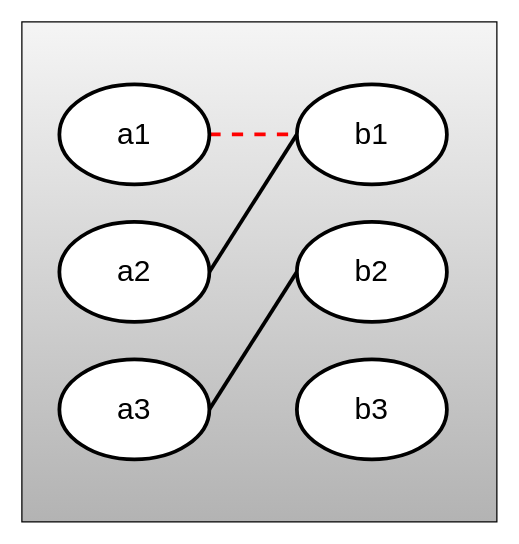
Before: doc/one-to-one.drawio in devel0/skeleton-netcore-ef-code-first, a draw.io diagram. Source tidied: cells renumbered, new cells numbered last; positions are measured from the earlier drawing's top-left corner, leaving out a move shared by most shapes. Both pictures are drawn from the tidied source at 125%, with x=0, y=0 at pixel (21, 21).
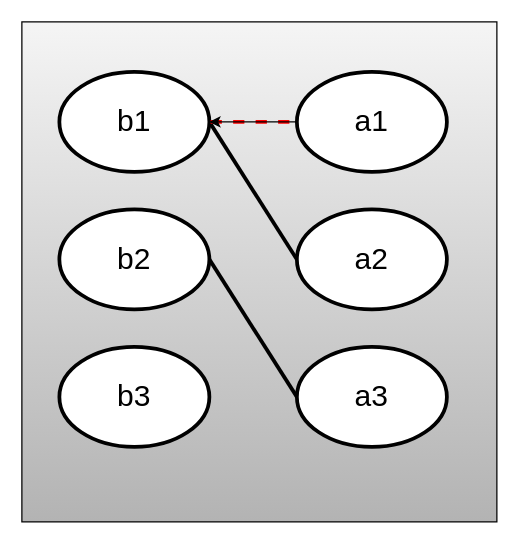
After the change.

Diff of the diagram source:
```diff
@@
 <mxGraphModel>
   <root>
     <mxCell id="0" />
     <mxCell id="1" parent="0" />
     <mxCell id="2" style="rounded=0;whiteSpace=wrap;html=1;fillColor=#f5f5f5;gradientColor=#b3b3b3;strokeColor=#000000;" parent="1" vertex="1">
       <mxGeometry width="380" height="400" as="geometry" />
     </mxCell>
-    <mxCell id="3" style="edgeStyle=none;html=1;exitX=1;exitY=0.5;exitDx=0;exitDy=0;entryX=0;entryY=0.5;entryDx=0;entryDy=0;strokeColor=#000000;fontSize=24;strokeWidth=3;endArrow=none;endFill=0;" parent="1" edge="1" source="4" target="7">
+    <mxCell id="3" style="edgeStyle=none;html=1;exitX=0;exitY=0.5;exitDx=0;exitDy=0;entryX=1;entryY=0.5;entryDx=0;entryDy=0;strokeColor=#000000;fontSize=24;strokeWidth=3;endArrow=none;endFill=0;" parent="1" edge="1" source="4" target="7">
       <mxGeometry relative="1" as="geometry" />
     </mxCell>
     <mxCell id="4" value="a2" style="ellipse;whiteSpace=wrap;html=1;strokeColor=#000000;fontSize=24;strokeWidth=3;" parent="1" vertex="1">
-      <mxGeometry x="30" y="160" width="120" height="80" as="geometry" />
+      <mxGeometry x="220" y="150" width="120" height="80" as="geometry" />
     </mxCell>
-    <mxCell id="5" style="edgeStyle=none;html=1;exitX=1;exitY=0.5;exitDx=0;exitDy=0;entryX=0;entryY=0.5;entryDx=0;entryDy=0;strokeColor=#000000;fontSize=24;strokeWidth=3;endArrow=none;endFill=0;" parent="1" edge="1" source="6" target="8">
+    <mxCell id="5" style="edgeStyle=none;html=1;exitX=0;exitY=0.5;exitDx=0;exitDy=0;entryX=1;entryY=0.5;entryDx=0;entryDy=0;strokeColor=#000000;fontSize=24;strokeWidth=3;endArrow=none;endFill=0;" parent="1" edge="1" source="6" target="8">
       <mxGeometry relative="1" as="geometry" />
     </mxCell>
     <mxCell id="6" value="a3" style="ellipse;whiteSpace=wrap;html=1;strokeColor=#000000;fontSize=24;strokeWidth=3;" parent="1" vertex="1">
-      <mxGeometry x="30" y="270" width="120" height="80" as="geometry" />
+      <mxGeometry x="220" y="260" width="120" height="80" as="geometry" />
     </mxCell>
     <mxCell id="7" value="b1" style="ellipse;whiteSpace=wrap;html=1;strokeColor=#000000;fontSize=24;strokeWidth=3;" parent="1" vertex="1">
-      <mxGeometry x="220" y="50" width="120" height="80" as="geometry" />
+      <mxGeometry x="30" y="40" width="120" height="80" as="geometry" />
     </mxCell>
     <mxCell id="8" value="b2" style="ellipse;whiteSpace=wrap;html=1;strokeColor=#000000;fontSize=24;strokeWidth=3;" parent="1" vertex="1">
-      <mxGeometry x="220" y="160" width="120" height="80" as="geometry" />
+      <mxGeometry x="30" y="150" width="120" height="80" as="geometry" />
     </mxCell>
     <mxCell id="9" value="b3" style="ellipse;whiteSpace=wrap;html=1;strokeColor=#000000;fontSize=24;strokeWidth=3;" parent="1" vertex="1">
-      <mxGeometry x="220" y="270" width="120" height="80" as="geometry" />
+      <mxGeometry x="30" y="260" width="120" height="80" as="geometry" />
     </mxCell>
-    <mxCell id="10" style="edgeStyle=none;html=1;exitX=1;exitY=0.5;exitDx=0;exitDy=0;entryX=0;entryY=0.5;entryDx=0;entryDy=0;dashed=1;strokeColor=#FF0000;fontSize=24;strokeWidth=3;endArrow=none;endFill=0;" parent="1" edge="1" source="11" target="7">
-      <mxGeometry relative="1" as="geometry" />
+    <mxCell id="10" style="edgeStyle=none;html=1;exitX=1;exitY=0.5;exitDx=0;exitDy=0;dashed=1;strokeColor=#FF0000;fontSize=24;strokeWidth=3;endArrow=none;endFill=0;" parent="1" edge="1" source="11">
+      <mxGeometry relative="1" as="geometry">
+        <mxPoint x="150" y="80" as="targetPoint" />
+      </mxGeometry>
     </mxCell>
+    <mxCell id="12" style="edgeStyle=none;html=1;" parent="1" edge="1" source="11" target="7">
+      <mxGeometry relative="1" as="geometry" />
+    </mxCell>
     <mxCell id="11" value="a1" style="ellipse;whiteSpace=wrap;html=1;strokeColor=#000000;fontSize=24;strokeWidth=3;" parent="1" vertex="1">
-      <mxGeometry x="30" y="50" width="120" height="80" as="geometry" />
+      <mxGeometry x="220" y="40" width="120" height="80" as="geometry" />
     </mxCell>
   </root>
 </mxGraphModel>
```
